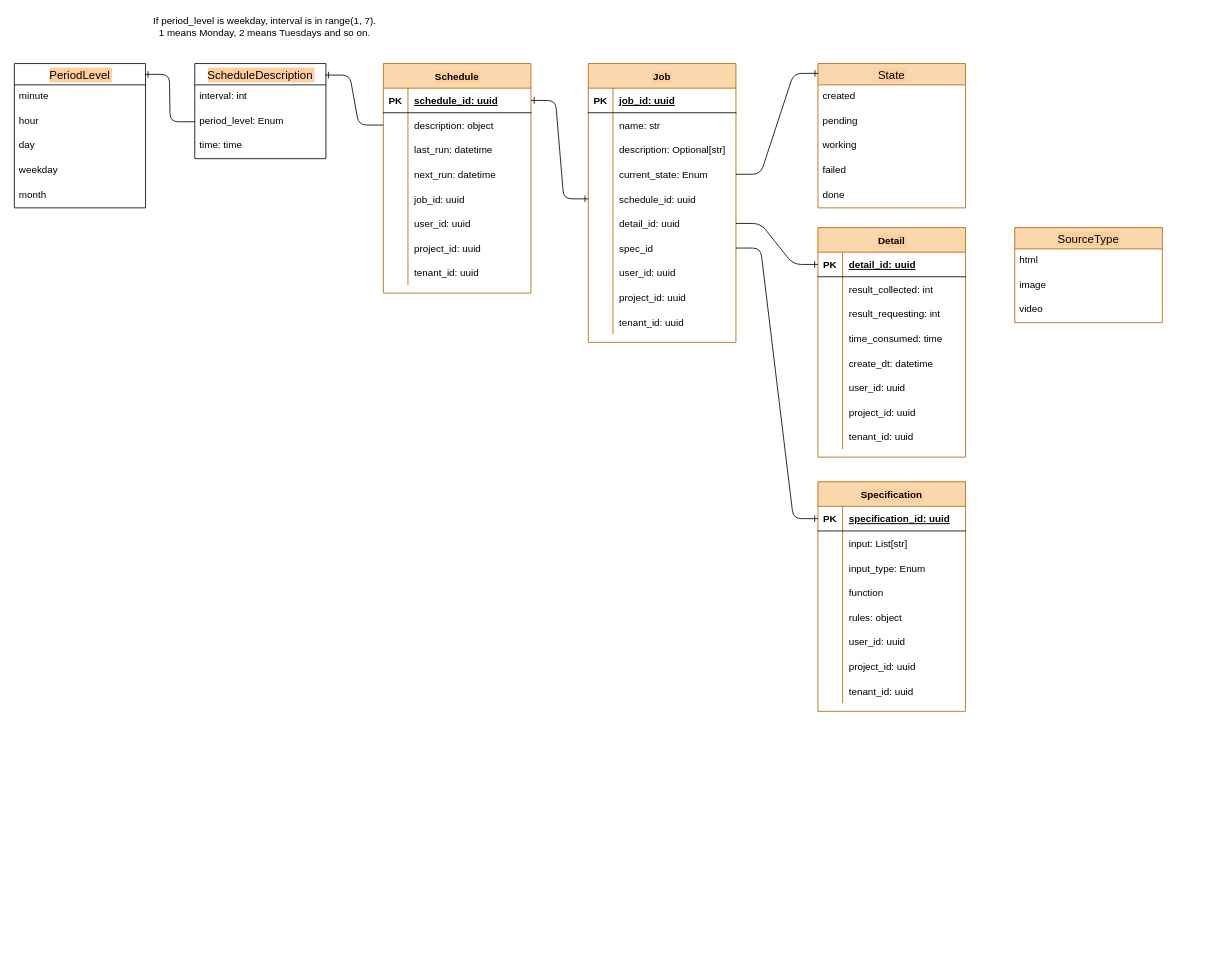
Earlier version of the draw.io diagram page "Spider Service" (1 of 7) of docs/design/PubSent-Models.drawio (LENAX/public-sentiment-analysis). Source tidied: cells renumbered, new cells numbered last; positions are measured from the earlier drawing's top-left corner, leaving out a move shared by most shapes. Both pictures are drawn from the tidied source at 82%, with x=0, y=0 at pixel (14, 14).
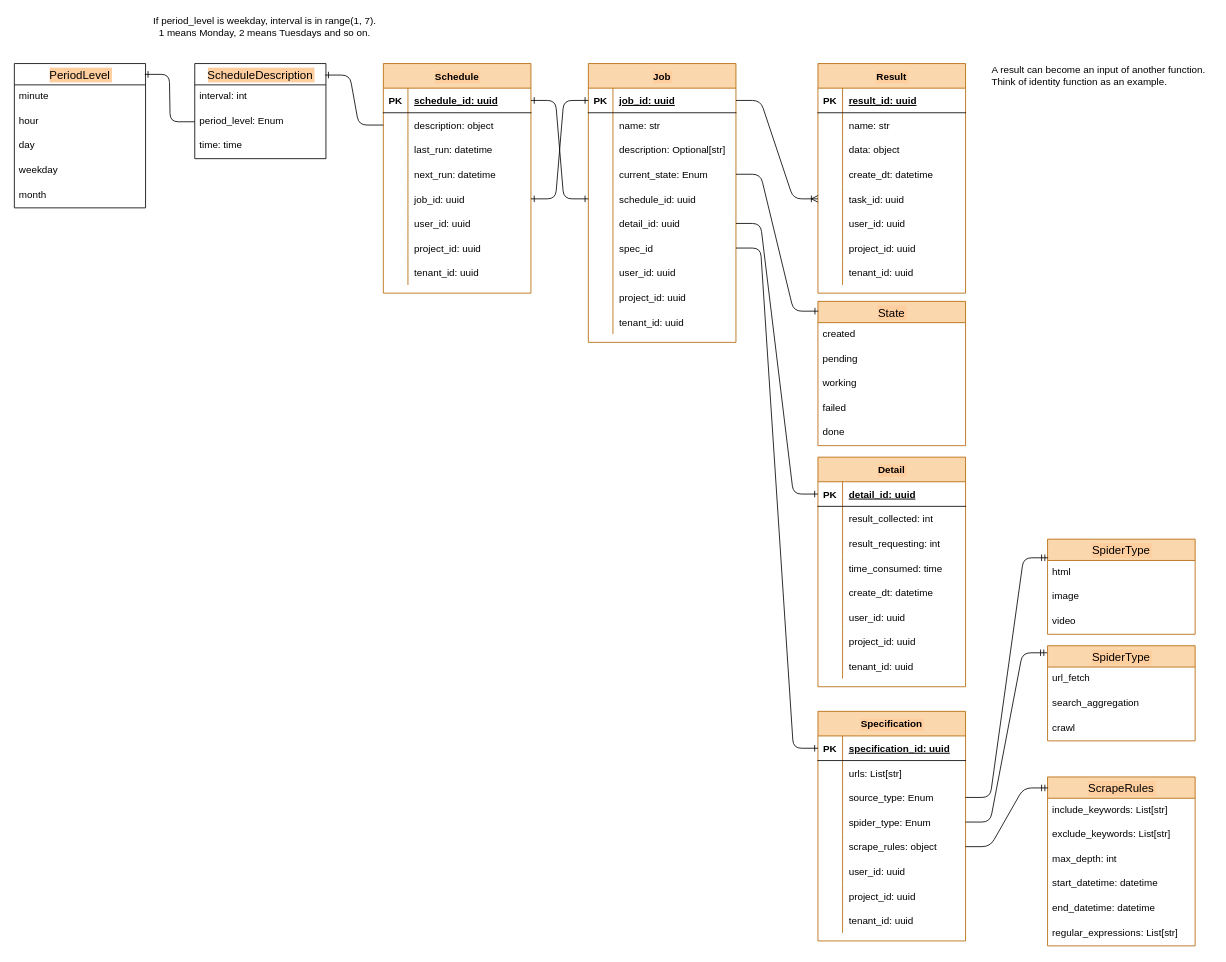
The same page after the edit.

Unchanged cells that the change refers to:
```xml
<mxCell id="3" style="shape=partialRectangle;fillColor=none;top=0;left=0;bottom=1;right=0;points=[[0,0.5],[1,0.5]];portConstraint=eastwest;" parent="2" vertex="1">
  <mxGeometry y="30" width="180" height="30" as="geometry" />
</mxCell>
<mxCell id="78" style="shape=partialRectangle;fillColor=none;top=0;left=0;bottom=0;right=0;points=[[0,0.5],[1,0.5]];portConstraint=eastwest;" parent="65" vertex="1">
  <mxGeometry y="150" width="180" height="30" as="geometry" />
</mxCell>
```

Change to the diagram source:
```diff
@@
     <mxCell id="33" value="Detail" style="shape=table;startSize=30;childLayout=tableLayout;rowLines=0;fontStyle=1;align=center;labelBackgroundColor=#FFCE9F;fillColor=#fad7ac;strokeColor=#b46504;" parent="1" vertex="1">
-      <mxGeometry x="980" y="260" width="180" height="280" as="geometry" />
+      <mxGeometry x="980" y="540" width="180" height="280" as="geometry" />
     </mxCell>
@@
     <mxCell id="58" value="State" style="swimlane;fontStyle=0;horizontal=1;startSize=26;align=center;fontSize=14;labelBackgroundColor=#FFCE9F;fillColor=#fad7ac;strokeColor=#b46504;" parent="1" vertex="1">
-      <mxGeometry x="980" y="60" width="180" height="176" as="geometry" />
+      <mxGeometry x="980" y="350" width="180" height="176" as="geometry" />
     </mxCell>
@@
     <mxCell id="105" value="Specification" style="shape=table;startSize=30;childLayout=tableLayout;rowLines=0;fontStyle=1;align=center;labelBackgroundColor=#FFCE9F;fillColor=#fad7ac;strokeColor=#b46504;" parent="1" vertex="1">
-      <mxGeometry x="980" y="570" width="180" height="280" as="geometry" />
+      <mxGeometry x="980" y="850" width="180" height="280" as="geometry" />
     </mxCell>
@@
+    <mxCell id="115" style="shape=partialRectangle;fillColor=none;top=0;left=0;bottom=0;right=0;" parent="105" vertex="1">
+      <mxGeometry y="60" width="180" height="30" as="geometry" />
+    </mxCell>
+    <mxCell id="116" style="shape=partialRectangle;fillColor=none;top=0;left=0;bottom=0;right=0;overflow=hidden;" parent="115" vertex="1">
+      <mxGeometry width="30" height="30" as="geometry" />
+    </mxCell>
+    <mxCell id="117" value="urls: List[str]" style="shape=partialRectangle;fillColor=none;top=0;left=0;bottom=0;right=0;align=left;spacingLeft=6;overflow=hidden;" parent="115" vertex="1">
+      <mxGeometry x="30" width="150" height="30" as="geometry" />
+    </mxCell>
+    <mxCell id="135" style="shape=partialRectangle;fillColor=none;top=0;left=0;bottom=0;right=0;points=[[0,0.5],[1,0.5]];portConstraint=eastwest;" parent="105" vertex="1">
+      <mxGeometry y="90" width="180" height="30" as="geometry" />
+    </mxCell>
+    <mxCell id="136" style="shape=partialRectangle;fillColor=none;top=0;left=0;bottom=0;right=0;overflow=hidden;" parent="135" vertex="1">
+      <mxGeometry width="30" height="30" as="geometry" />
+    </mxCell>
+    <mxCell id="137" value="source_type: Enum" style="shape=partialRectangle;fillColor=none;top=0;left=0;bottom=0;right=0;align=left;spacingLeft=6;overflow=hidden;" parent="135" vertex="1">
+      <mxGeometry x="30" width="150" height="30" as="geometry" />
+    </mxCell>
+    <mxCell id="118" style="shape=partialRectangle;fillColor=none;top=0;left=0;bottom=0;right=0;points=[[0,0.5],[1,0.5]];portConstraint=eastwest;" parent="105" vertex="1">
+      <mxGeometry y="120" width="180" height="30" as="geometry" />
+    </mxCell>
+    <mxCell id="119" style="shape=partialRectangle;fillColor=none;top=0;left=0;bottom=0;right=0;overflow=hidden;" parent="118" vertex="1">
+      <mxGeometry width="30" height="30" as="geometry" />
+    </mxCell>
+    <mxCell id="120" value="spider_type: Enum" style="shape=partialRectangle;fillColor=none;top=0;left=0;bottom=0;right=0;align=left;spacingLeft=6;overflow=hidden;" parent="118" vertex="1">
+      <mxGeometry x="30" width="150" height="30" as="geometry" />
+    </mxCell>
     <mxCell id="109" style="shape=partialRectangle;fillColor=none;top=0;left=0;bottom=0;right=0;points=[[0,0.5],[1,0.5]];portConstraint=eastwest;" parent="105" vertex="1">
-      <mxGeometry y="60" width="180" height="30" as="geometry" />
+      <mxGeometry y="150" width="180" height="30" as="geometry" />
     </mxCell>
@@
-    <mxCell id="111" value="input: List[str]" style="shape=partialRectangle;fillColor=none;top=0;left=0;bottom=0;right=0;align=left;spacingLeft=6;overflow=hidden;" parent="109" vertex="1">
+    <mxCell id="111" value="scrape_rules: object" style="shape=partialRectangle;fillColor=none;top=0;left=0;bottom=0;right=0;align=left;spacingLeft=6;overflow=hidden;" parent="109" vertex="1">
       <mxGeometry x="30" width="150" height="30" as="geometry" />
     </mxCell>
-    <mxCell id="112" style="shape=partialRectangle;fillColor=none;top=0;left=0;bottom=0;right=0;" parent="105" vertex="1">
-      <mxGeometry y="90" width="180" height="30" as="geometry" />
-    </mxCell>
-    <mxCell id="113" style="shape=partialRectangle;fillColor=none;top=0;left=0;bottom=0;right=0;overflow=hidden;" parent="112" vertex="1">
-      <mxGeometry width="30" height="30" as="geometry" />
-    </mxCell>
-    <mxCell id="114" value="input_type: Enum" style="shape=partialRectangle;fillColor=none;top=0;left=0;bottom=0;right=0;align=left;spacingLeft=6;overflow=hidden;" parent="112" vertex="1">
-      <mxGeometry x="30" width="150" height="30" as="geometry" />
-    </mxCell>
-    <mxCell id="115" style="shape=partialRectangle;fillColor=none;top=0;left=0;bottom=0;right=0;" parent="105" vertex="1">
-      <mxGeometry y="120" width="180" height="30" as="geometry" />
-    </mxCell>
-    <mxCell id="116" style="shape=partialRectangle;fillColor=none;top=0;left=0;bottom=0;right=0;overflow=hidden;" parent="115" vertex="1">
-      <mxGeometry width="30" height="30" as="geometry" />
-    </mxCell>
-    <mxCell id="117" value="function" style="shape=partialRectangle;fillColor=none;top=0;left=0;bottom=0;right=0;align=left;spacingLeft=6;overflow=hidden;" parent="115" vertex="1">
-      <mxGeometry x="30" width="150" height="30" as="geometry" />
-    </mxCell>
-    <mxCell id="118" style="shape=partialRectangle;fillColor=none;top=0;left=0;bottom=0;right=0;points=[[0,0.5],[1,0.5]];portConstraint=eastwest;" parent="105" vertex="1">
-      <mxGeometry y="150" width="180" height="30" as="geometry" />
-    </mxCell>
-    <mxCell id="119" style="shape=partialRectangle;fillColor=none;top=0;left=0;bottom=0;right=0;overflow=hidden;" parent="118" vertex="1">
-      <mxGeometry width="30" height="30" as="geometry" />
-    </mxCell>
-    <mxCell id="120" value="rules: object" style="shape=partialRectangle;fillColor=none;top=0;left=0;bottom=0;right=0;align=left;spacingLeft=6;overflow=hidden;" parent="118" vertex="1">
-      <mxGeometry x="30" width="150" height="30" as="geometry" />
-    </mxCell>
@@
-    <mxCell id="131" value="SourceType" style="swimlane;fontStyle=0;horizontal=1;startSize=26;align=center;fontSize=14;labelBackgroundColor=#FFCE9F;fillColor=#fad7ac;strokeColor=#b46504;" parent="1" vertex="1">
-      <mxGeometry x="1220" y="260" width="180" height="116" as="geometry" />
-    </mxCell>
+    <mxCell id="138" style="edgeStyle=entityRelationEdgeStyle;fontSize=12;html=1;endArrow=ERone;endFill=1;entryX=1;entryY=0.5;entryDx=0;entryDy=0;exitX=0;exitY=0.5;exitDx=0;exitDy=0;startArrow=ERone;startFill=0;" parent="1" edge="1" source="3" target="78">
+      <mxGeometry relative="1" as="geometry" />
+    </mxCell>
+    <mxCell id="139" value="Result" style="shape=table;startSize=30;childLayout=tableLayout;rowLines=0;fontStyle=1;align=center;labelBackgroundColor=#FFCE9F;fillColor=#fad7ac;strokeColor=#b46504;" parent="1" vertex="1">
+      <mxGeometry x="980" y="60" width="180" height="280" as="geometry" />
+    </mxCell>
+    <mxCell id="140" style="shape=partialRectangle;fillColor=none;top=0;left=0;bottom=1;right=0;" parent="139" vertex="1">
+      <mxGeometry y="30" width="180" height="30" as="geometry" />
+    </mxCell>
+    <mxCell id="141" value="PK" style="shape=partialRectangle;fillColor=none;top=0;left=0;bottom=0;right=0;fontStyle=1;overflow=hidden;" parent="140" vertex="1">
+      <mxGeometry width="30" height="30" as="geometry" />
+    </mxCell>
+    <mxCell id="142" value="result_id: uuid" style="shape=partialRectangle;fillColor=none;top=0;left=0;bottom=0;right=0;align=left;spacingLeft=6;fontStyle=5;overflow=hidden;" parent="140" vertex="1">
+      <mxGeometry x="30" width="150" height="30" as="geometry" />
+    </mxCell>
+    <mxCell id="143" style="shape=partialRectangle;fillColor=none;top=0;left=0;bottom=0;right=0;" parent="139" vertex="1">
+      <mxGeometry y="60" width="180" height="30" as="geometry" />
+    </mxCell>
+    <mxCell id="144" style="shape=partialRectangle;fillColor=none;top=0;left=0;bottom=0;right=0;overflow=hidden;" parent="143" vertex="1">
+      <mxGeometry width="30" height="30" as="geometry" />
+    </mxCell>
+    <mxCell id="145" value="name: str" style="shape=partialRectangle;fillColor=none;top=0;left=0;bottom=0;right=0;align=left;spacingLeft=6;overflow=hidden;" parent="143" vertex="1">
+      <mxGeometry x="30" width="150" height="30" as="geometry" />
+    </mxCell>
+    <mxCell id="146" style="shape=partialRectangle;fillColor=none;top=0;left=0;bottom=0;right=0;" parent="139" vertex="1">
+      <mxGeometry y="90" width="180" height="30" as="geometry" />
+    </mxCell>
+    <mxCell id="147" style="shape=partialRectangle;fillColor=none;top=0;left=0;bottom=0;right=0;overflow=hidden;" parent="146" vertex="1">
+      <mxGeometry width="30" height="30" as="geometry" />
+    </mxCell>
+    <mxCell id="148" value="data: object" style="shape=partialRectangle;fillColor=none;top=0;left=0;bottom=0;right=0;align=left;spacingLeft=6;overflow=hidden;" parent="146" vertex="1">
+      <mxGeometry x="30" width="150" height="30" as="geometry" />
+    </mxCell>
+    <mxCell id="149" style="shape=partialRectangle;fillColor=none;top=0;left=0;bottom=0;right=0;" parent="139" vertex="1">
+      <mxGeometry y="120" width="180" height="30" as="geometry" />
+    </mxCell>
+    <mxCell id="150" style="shape=partialRectangle;fillColor=none;top=0;left=0;bottom=0;right=0;overflow=hidden;" parent="149" vertex="1">
+      <mxGeometry width="30" height="30" as="geometry" />
+    </mxCell>
+    <mxCell id="151" value="create_dt: datetime" style="shape=partialRectangle;fillColor=none;top=0;left=0;bottom=0;right=0;align=left;spacingLeft=6;overflow=hidden;" parent="149" vertex="1">
+      <mxGeometry x="30" width="150" height="30" as="geometry" />
+    </mxCell>
+    <mxCell id="152" style="shape=partialRectangle;fillColor=none;top=0;left=0;bottom=0;right=0;points=[[0,0.5],[1,0.5]];portConstraint=eastwest;" parent="139" vertex="1">
+      <mxGeometry y="150" width="180" height="30" as="geometry" />
+    </mxCell>
+    <mxCell id="153" style="shape=partialRectangle;fillColor=none;top=0;left=0;bottom=0;right=0;overflow=hidden;" parent="152" vertex="1">
+      <mxGeometry width="30" height="30" as="geometry" />
+    </mxCell>
+    <mxCell id="154" value="task_id: uuid" style="shape=partialRectangle;fillColor=none;top=0;left=0;bottom=0;right=0;align=left;spacingLeft=6;overflow=hidden;" parent="152" vertex="1">
+      <mxGeometry x="30" width="150" height="30" as="geometry" />
+    </mxCell>
+    <mxCell id="155" style="shape=partialRectangle;fillColor=none;top=0;left=0;bottom=0;right=0;" parent="139" vertex="1">
+      <mxGeometry y="180" width="180" height="30" as="geometry" />
+    </mxCell>
+    <mxCell id="156" style="shape=partialRectangle;fillColor=none;top=0;left=0;bottom=0;right=0;overflow=hidden;" parent="155" vertex="1">
+      <mxGeometry width="30" height="30" as="geometry" />
+    </mxCell>
+    <mxCell id="157" value="user_id: uuid" style="shape=partialRectangle;fillColor=none;top=0;left=0;bottom=0;right=0;align=left;spacingLeft=6;overflow=hidden;" parent="155" vertex="1">
+      <mxGeometry x="30" width="150" height="30" as="geometry" />
+    </mxCell>
+    <mxCell id="158" style="shape=partialRectangle;fillColor=none;top=0;left=0;bottom=0;right=0;" parent="139" vertex="1">
+      <mxGeometry y="210" width="180" height="30" as="geometry" />
+    </mxCell>
+    <mxCell id="159" style="shape=partialRectangle;fillColor=none;top=0;left=0;bottom=0;right=0;overflow=hidden;" parent="158" vertex="1">
+      <mxGeometry width="30" height="30" as="geometry" />
+    </mxCell>
+    <mxCell id="160" value="project_id: uuid" style="shape=partialRectangle;fillColor=none;top=0;left=0;bottom=0;right=0;align=left;spacingLeft=6;overflow=hidden;" parent="158" vertex="1">
+      <mxGeometry x="30" width="150" height="30" as="geometry" />
+    </mxCell>
+    <mxCell id="161" style="shape=partialRectangle;fillColor=none;top=0;left=0;bottom=0;right=0;" parent="139" vertex="1">
+      <mxGeometry y="240" width="180" height="30" as="geometry" />
+    </mxCell>
+    <mxCell id="162" style="shape=partialRectangle;fillColor=none;top=0;left=0;bottom=0;right=0;overflow=hidden;" parent="161" vertex="1">
+      <mxGeometry width="30" height="30" as="geometry" />
+    </mxCell>
+    <mxCell id="163" value="tenant_id: uuid" style="shape=partialRectangle;fillColor=none;top=0;left=0;bottom=0;right=0;align=left;spacingLeft=6;overflow=hidden;" parent="161" vertex="1">
+      <mxGeometry x="30" width="150" height="30" as="geometry" />
+    </mxCell>
+    <mxCell id="164" value="&lt;div&gt;&lt;span&gt;A result can become an input of another function. Think of identity function as an example.&lt;/span&gt;&lt;/div&gt;" style="text;html=1;strokeColor=none;fillColor=none;align=left;verticalAlign=middle;whiteSpace=wrap;rounded=0;" parent="1" vertex="1">
+      <mxGeometry x="1190" y="60" width="270" height="30" as="geometry" />
+    </mxCell>
+    <mxCell id="165" style="edgeStyle=entityRelationEdgeStyle;fontSize=12;html=1;endArrow=ERoneToMany;" parent="1" edge="1" source="3" target="152">
+      <mxGeometry relative="1" as="geometry" />
+    </mxCell>
+    <mxCell id="166" value="SpiderType" style="swimlane;fontStyle=0;horizontal=1;startSize=26;align=center;fontSize=14;labelBackgroundColor=#FFCE9F;fillColor=#fad7ac;strokeColor=#b46504;" parent="1" vertex="1">
+      <mxGeometry x="1260" y="770" width="180" height="116" as="geometry" />
+    </mxCell>
+    <mxCell id="167" value="url_fetch" style="text;strokeColor=none;fillColor=none;spacingLeft=4;spacingRight=4;overflow=hidden;fontSize=12;" parent="166" vertex="1">
+      <mxGeometry y="26" width="180" height="30" as="geometry" />
+    </mxCell>
+    <mxCell id="168" value="search_aggregation" style="text;strokeColor=none;fillColor=none;spacingLeft=4;spacingRight=4;overflow=hidden;fontSize=12;" parent="166" vertex="1">
+      <mxGeometry y="56" width="180" height="30" as="geometry" />
+    </mxCell>
+    <mxCell id="169" value="crawl" style="text;strokeColor=none;fillColor=none;spacingLeft=4;spacingRight=4;overflow=hidden;fontSize=12;" parent="166" vertex="1">
+      <mxGeometry y="86" width="180" height="30" as="geometry" />
+    </mxCell>
+    <mxCell id="170" style="edgeStyle=entityRelationEdgeStyle;fontSize=12;html=1;endArrow=ERmandOne;entryX=-0.003;entryY=0.074;entryDx=0;entryDy=0;entryPerimeter=0;" parent="1" edge="1" source="118" target="166">
+      <mxGeometry relative="1" as="geometry" />
+    </mxCell>
+    <mxCell id="171" value="ScrapeRules" style="swimlane;fontStyle=0;horizontal=1;startSize=26;align=center;fontSize=14;labelBackgroundColor=#FFCE9F;fillColor=#fad7ac;strokeColor=#b46504;" parent="1" vertex="1">
+      <mxGeometry x="1260" y="930" width="180" height="206" as="geometry" />
+    </mxCell>
+    <mxCell id="172" value="include_keywords: List[str]" style="text;strokeColor=none;fillColor=none;spacingLeft=4;spacingRight=4;overflow=hidden;fontSize=12;" parent="171" vertex="1">
+      <mxGeometry y="26" width="180" height="30" as="geometry" />
+    </mxCell>
+    <mxCell id="173" value="exclude_keywords: List[str]" style="text;strokeColor=none;fillColor=none;spacingLeft=4;spacingRight=4;overflow=hidden;fontSize=12;" parent="171" vertex="1">
+      <mxGeometry y="56" width="180" height="30" as="geometry" />
+    </mxCell>
+    <mxCell id="174" value="max_depth: int" style="text;strokeColor=none;fillColor=none;spacingLeft=4;spacingRight=4;overflow=hidden;fontSize=12;" parent="171" vertex="1">
+      <mxGeometry y="86" width="180" height="30" as="geometry" />
+    </mxCell>
+    <mxCell id="175" value="start_datetime: datetime" style="text;strokeColor=none;fillColor=none;spacingLeft=4;spacingRight=4;overflow=hidden;fontSize=12;" parent="171" vertex="1">
+      <mxGeometry y="116" width="180" height="30" as="geometry" />
+    </mxCell>
+    <mxCell id="176" value="end_datetime: datetime" style="text;strokeColor=none;fillColor=none;spacingLeft=4;spacingRight=4;overflow=hidden;fontSize=12;" parent="171" vertex="1">
+      <mxGeometry y="146" width="180" height="30" as="geometry" />
+    </mxCell>
+    <mxCell id="177" value="regular_expressions: List[str]" style="text;strokeColor=none;fillColor=none;spacingLeft=4;spacingRight=4;overflow=hidden;fontSize=12;" parent="171" vertex="1">
+      <mxGeometry y="176" width="180" height="30" as="geometry" />
+    </mxCell>
+    <mxCell id="178" style="edgeStyle=entityRelationEdgeStyle;fontSize=12;html=1;endArrow=ERmandOne;entryX=0.004;entryY=0.065;entryDx=0;entryDy=0;entryPerimeter=0;" parent="1" edge="1" source="109" target="171">
+      <mxGeometry relative="1" as="geometry" />
+    </mxCell>
+    <mxCell id="179" value="SpiderType" style="swimlane;fontStyle=0;horizontal=1;startSize=26;align=center;fontSize=14;labelBackgroundColor=#FFCE9F;fillColor=#fad7ac;strokeColor=#b46504;" parent="1" vertex="1">
+      <mxGeometry x="1260" y="640" width="180" height="116" as="geometry" />
+    </mxCell>
-    <mxCell id="132" value="html" style="text;strokeColor=none;fillColor=none;spacingLeft=4;spacingRight=4;overflow=hidden;fontSize=12;" parent="131" vertex="1">
+    <mxCell id="132" value="html" style="text;strokeColor=none;fillColor=none;spacingLeft=4;spacingRight=4;overflow=hidden;fontSize=12;" parent="179" vertex="1">
       <mxGeometry y="26" width="180" height="30" as="geometry" />
     </mxCell>
-    <mxCell id="133" value="image" style="text;strokeColor=none;fillColor=none;spacingLeft=4;spacingRight=4;overflow=hidden;fontSize=12;" parent="131" vertex="1">
+    <mxCell id="133" value="image" style="text;strokeColor=none;fillColor=none;spacingLeft=4;spacingRight=4;overflow=hidden;fontSize=12;" parent="179" vertex="1">
       <mxGeometry y="56" width="180" height="30" as="geometry" />
     </mxCell>
-    <mxCell id="134" value="video" style="text;strokeColor=none;fillColor=none;spacingLeft=4;spacingRight=4;overflow=hidden;fontSize=12;" parent="131" vertex="1">
+    <mxCell id="134" value="video" style="text;strokeColor=none;fillColor=none;spacingLeft=4;spacingRight=4;overflow=hidden;fontSize=12;" parent="179" vertex="1">
       <mxGeometry y="86" width="180" height="30" as="geometry" />
     </mxCell>
+    <mxCell id="180" style="edgeStyle=entityRelationEdgeStyle;fontSize=12;html=1;endArrow=ERmandOne;entryX=0.004;entryY=0.196;entryDx=0;entryDy=0;entryPerimeter=0;exitX=1;exitY=0.5;exitDx=0;exitDy=0;" parent="1" edge="1" source="135" target="179">
+      <mxGeometry relative="1" as="geometry" />
+    </mxCell>
```
